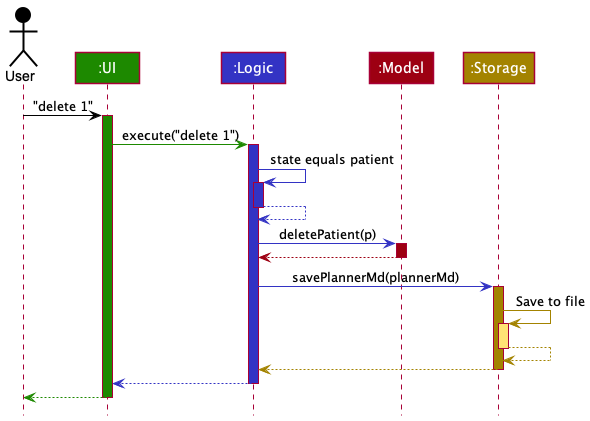
This is docs/images/ArchitectureSequenceDiagram.png from nus-cs2103-AY2122S1/tp, a PlantUML export, as it was before one commit.
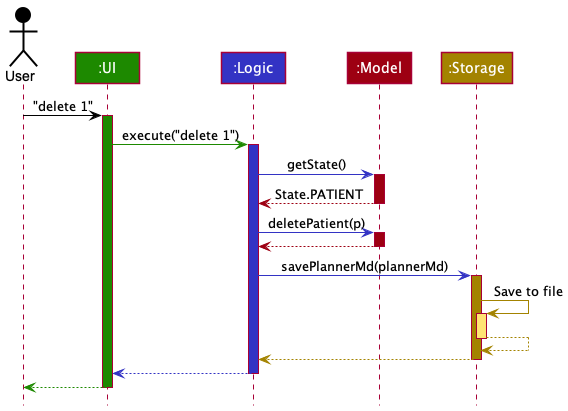
The same file after the commit.

Commit message:
Replace sequence diagram png

The edit, as a diff of the source:
```diff
@@ -13,10 +13,10 @@
 ui -[UI_COLOR]> logic : execute("delete 1")
 activate logic LOGIC_COLOR
 
-logic -[LOGIC_COLOR]> logic : state equals patient
-activate logic LOGIC_COLOR
-logic --[LOGIC_COLOR]> logic
-deactivate logic
+logic -[LOGIC_COLOR]> model : getState()
+activate model MODEL_COLOR
+model -[MODEL_COLOR]-> logic : State.PATIENT
+deactivate model
 
 logic -[LOGIC_COLOR]> model : deletePatient(p)
 activate model MODEL_COLOR
```
